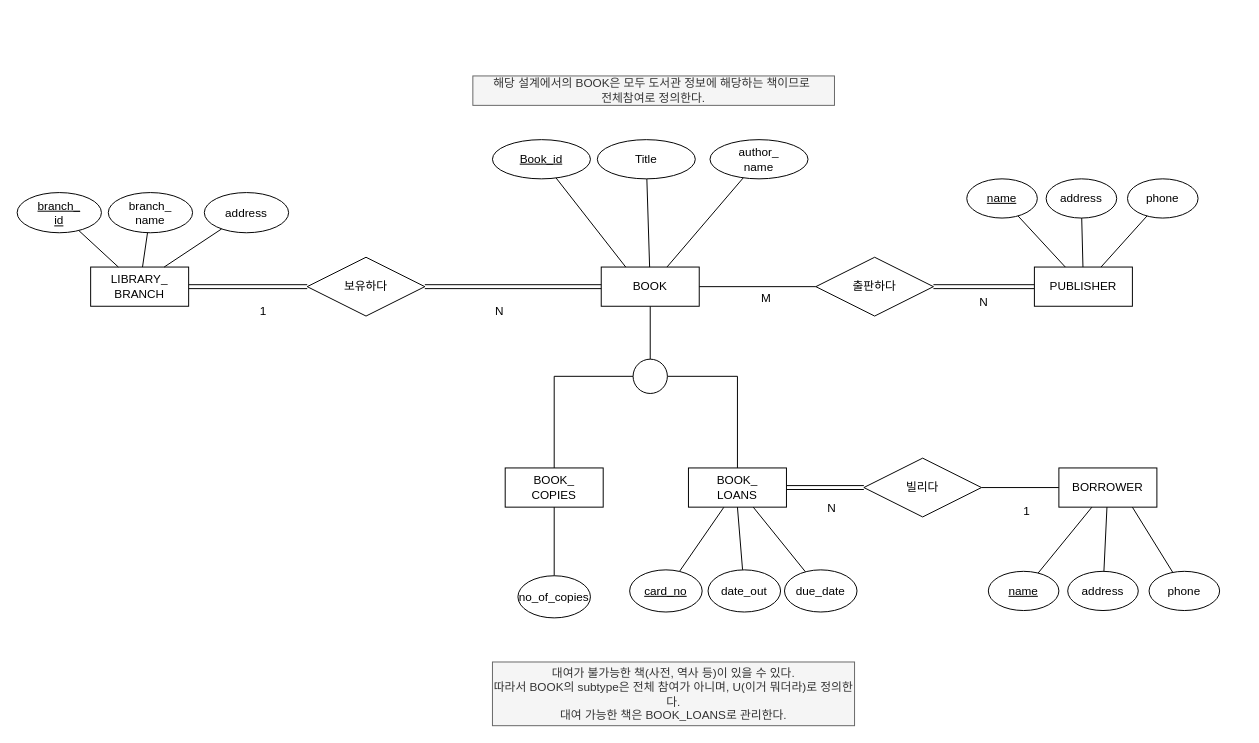
Earlier version of the draw.io diagram DBStudio/DBStudio_Ass9_rdbToEr.drawio (cobinding/draw.io_collection). Source tidied: cells renumbered, new cells numbered last; positions are measured from the earlier drawing's top-left corner, leaving out a move shared by most shapes. Both pictures are drawn from the tidied source at 98%, with x=0, y=0 at pixel (17, 75).
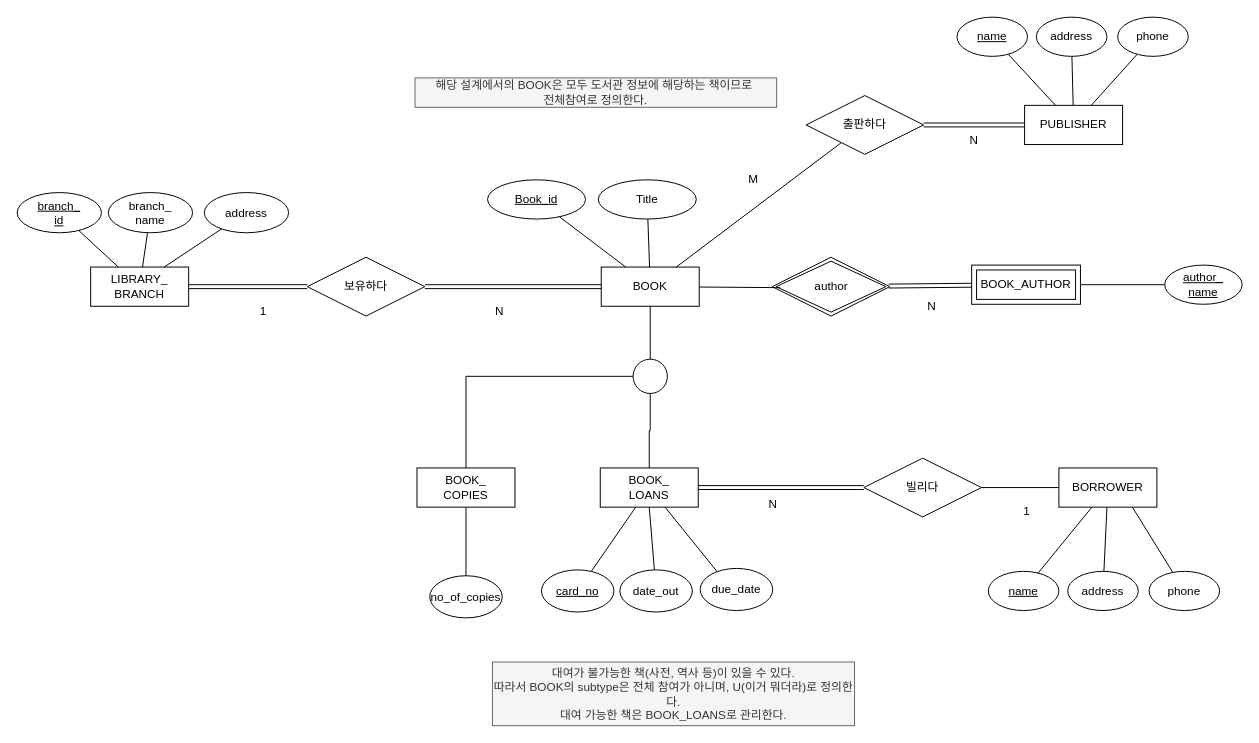
Above is the later version.

Unchanged cells that the change refers to:
```xml
<mxCell id="3" value="BOOK" style="whiteSpace=wrap;html=1;align=center;" parent="1" vertex="1">
  <mxGeometry x="596" y="195" width="100" height="40" as="geometry" />
</mxCell>
<mxCell id="36" value="빌리다" style="shape=rhombus;perimeter=rhombusPerimeter;whiteSpace=wrap;html=1;align=center;" parent="1" vertex="1">
  <mxGeometry x="864" y="390" width="120" height="60" as="geometry" />
</mxCell>
```

Diff of the diagram source:
```diff
@@
     <mxCell id="4" value="BOOK_&lt;div&gt;COPIES&lt;/div&gt;" style="whiteSpace=wrap;html=1;align=center;" parent="1" vertex="1">
-      <mxGeometry x="498" y="400" width="100" height="40" as="geometry" />
+      <mxGeometry x="408" y="400" width="100" height="40" as="geometry" />
     </mxCell>
-    <mxCell id="5" style="edgeStyle=orthogonalEdgeStyle;rounded=0;jettySize=auto;html=1;entryX=0;entryY=0.5;entryDx=0;entryDy=0;endArrow=none;endFill=0;shape=link;" parent="1" edge="1" source="7" target="36">
+    <mxCell id="5" style="rounded=0;jettySize=auto;html=1;entryX=0;entryY=0.5;entryDx=0;entryDy=0;endArrow=none;endFill=0;shape=link;" parent="1" edge="1" source="7" target="36">
       <mxGeometry relative="1" as="geometry" />
     </mxCell>
@@
     <mxCell id="7" value="BOOK_&lt;div&gt;LOANS&lt;/div&gt;" style="whiteSpace=wrap;html=1;align=center;" parent="1" vertex="1">
-      <mxGeometry x="685" y="400" width="100" height="40" as="geometry" />
+      <mxGeometry x="595" y="400" width="100" height="40" as="geometry" />
     </mxCell>
     <mxCell id="8" value="&lt;u&gt;Book_id&lt;/u&gt;" style="ellipse;whiteSpace=wrap;html=1;align=center;" parent="1" vertex="1">
-      <mxGeometry x="485" y="65" width="100" height="40" as="geometry" />
+      <mxGeometry x="480" y="106" width="100" height="40" as="geometry" />
     </mxCell>
@@
     <mxCell id="10" value="Title" style="ellipse;whiteSpace=wrap;html=1;align=center;" parent="1" vertex="1">
-      <mxGeometry x="592" y="65" width="100" height="40" as="geometry" />
+      <mxGeometry x="593" y="106" width="100" height="40" as="geometry" />
     </mxCell>
@@
     <mxCell id="23" value="PUBLISHER" style="whiteSpace=wrap;html=1;align=center;" parent="1" vertex="1">
-      <mxGeometry x="1038" y="195" width="100" height="40" as="geometry" />
+      <mxGeometry x="1028" y="30" width="100" height="40" as="geometry" />
     </mxCell>
@@
     <mxCell id="25" value="출판하다" style="shape=rhombus;perimeter=rhombusPerimeter;whiteSpace=wrap;html=1;align=center;" parent="1" vertex="1">
-      <mxGeometry x="815" y="185" width="120" height="60" as="geometry" />
+      <mxGeometry x="805" y="20" width="120" height="60" as="geometry" />
     </mxCell>
-    <mxCell id="26" style="rounded=0;jettySize=auto;html=1;endArrow=none;endFill=0;" parent="1" edge="1" source="27" target="3">
-      <mxGeometry relative="1" as="geometry" />
-    </mxCell>
-    <mxCell id="27" value="author_&lt;div&gt;name&lt;/div&gt;" style="ellipse;whiteSpace=wrap;html=1;align=center;" parent="1" vertex="1">
-      <mxGeometry x="707" y="65" width="100" height="40" as="geometry" />
-    </mxCell>
@@
     <mxCell id="29" value="&lt;u&gt;name&lt;/u&gt;" style="ellipse;whiteSpace=wrap;html=1;align=center;" parent="1" vertex="1">
-      <mxGeometry x="969" y="105" width="72" height="40" as="geometry" />
+      <mxGeometry x="959" y="-60" width="72" height="40" as="geometry" />
     </mxCell>
@@
     <mxCell id="31" value="address" style="ellipse;whiteSpace=wrap;html=1;align=center;" parent="1" vertex="1">
-      <mxGeometry x="1050" y="105" width="72" height="40" as="geometry" />
+      <mxGeometry x="1040" y="-60" width="72" height="40" as="geometry" />
     </mxCell>
@@
     <mxCell id="33" value="phone" style="ellipse;whiteSpace=wrap;html=1;align=center;" parent="1" vertex="1">
-      <mxGeometry x="1133" y="105" width="72" height="40" as="geometry" />
+      <mxGeometry x="1123" y="-60" width="72" height="40" as="geometry" />
     </mxCell>
     <mxCell id="34" value="&lt;u&gt;card_no&lt;/u&gt;" style="ellipse;whiteSpace=wrap;html=1;align=center;" parent="1" vertex="1">
-      <mxGeometry x="625" y="504" width="74" height="43" as="geometry" />
+      <mxGeometry x="535" y="504" width="74" height="43" as="geometry" />
     </mxCell>
@@
     <mxCell id="42" value="date_out" style="ellipse;whiteSpace=wrap;html=1;align=center;" parent="1" vertex="1">
-      <mxGeometry x="705" y="504" width="74" height="43" as="geometry" />
+      <mxGeometry x="615" y="504" width="74" height="43" as="geometry" />
     </mxCell>
-    <mxCell id="43" style="rounded=0;jettySize=auto;html=1;endArrow=none;endFill=0;" parent="1" edge="1" source="44" target="7">
-      <mxGeometry relative="1" as="geometry" />
+    <mxCell id="43" style="rounded=0;jettySize=auto;html=1;endArrow=none;endFill=0;" parent="1" edge="1" target="7">
+      <mxGeometry relative="1" as="geometry">
+        <mxPoint x="714.4" y="506" as="sourcePoint" />
+      </mxGeometry>
     </mxCell>
     <mxCell id="44" value="due_date" style="ellipse;whiteSpace=wrap;html=1;align=center;" parent="1" vertex="1">
-      <mxGeometry x="783" y="504" width="74" height="43" as="geometry" />
+      <mxGeometry x="697" y="502.5" width="74" height="43" as="geometry" />
     </mxCell>
@@
     <mxCell id="46" value="no_of_copies" style="ellipse;whiteSpace=wrap;html=1;align=center;" parent="1" vertex="1">
-      <mxGeometry x="511" y="510" width="74" height="43" as="geometry" />
+      <mxGeometry x="421" y="510" width="74" height="43" as="geometry" />
     </mxCell>
@@
     <mxCell id="53" value="해당 설계에서의 BOOK은 모두 도서관 정보에 해당하는 책이므로&amp;nbsp;&lt;div&gt;전체참여로 정의한다.&lt;/div&gt;" style="text;html=1;align=center;verticalAlign=middle;whiteSpace=wrap;rounded=0;fillColor=#f5f5f5;fontColor=#333333;strokeColor=#666666;" parent="1" vertex="1">
-      <mxGeometry x="465" width="369" height="30" as="geometry" />
+      <mxGeometry x="406" y="2" width="369" height="30" as="geometry" />
     </mxCell>
@@
     <mxCell id="55" value="N" style="text;html=1;align=center;verticalAlign=middle;strokeColor=none;fillColor=none;" parent="1" vertex="1">
-      <mxGeometry x="817" y="428" width="27" height="26" as="geometry" />
+      <mxGeometry x="757" y="424" width="27" height="26" as="geometry" />
     </mxCell>
@@
     <mxCell id="57" value="N" style="text;html=1;align=center;verticalAlign=middle;strokeColor=none;fillColor=none;" parent="1" vertex="1">
-      <mxGeometry x="972" y="218" width="27" height="26" as="geometry" />
+      <mxGeometry x="962" y="53" width="27" height="26" as="geometry" />
     </mxCell>
     <mxCell id="58" value="M" style="text;html=1;align=center;verticalAlign=middle;strokeColor=none;fillColor=none;" parent="1" vertex="1">
-      <mxGeometry x="750" y="214" width="28" height="26" as="geometry" />
+      <mxGeometry x="737" y="93" width="28" height="26" as="geometry" />
     </mxCell>
@@
+    <mxCell id="61" style="rounded=0;jettySize=auto;html=1;endArrow=none;endFill=0;" parent="1" edge="1" source="62" target="27">
+      <mxGeometry relative="1" as="geometry" />
+    </mxCell>
+    <mxCell id="62" value="BOOK_AUTHOR" style="shape=ext;margin=3;double=1;whiteSpace=wrap;html=1;align=center;" parent="1" vertex="1">
+      <mxGeometry x="974" y="193" width="111" height="40" as="geometry" />
+    </mxCell>
+    <mxCell id="63" style="rounded=0;jettySize=auto;html=1;endArrow=none;endFill=0;shape=link;" parent="1" edge="1" source="64" target="62">
+      <mxGeometry relative="1" as="geometry" />
+    </mxCell>
+    <mxCell id="64" value="author" style="shape=rhombus;double=1;perimeter=rhombusPerimeter;whiteSpace=wrap;html=1;align=center;" parent="1" vertex="1">
+      <mxGeometry x="770.5" y="185" width="120" height="60" as="geometry" />
+    </mxCell>
+    <mxCell id="65" style="rounded=0;jettySize=auto;html=1;entryX=0.067;entryY=0.517;entryDx=0;entryDy=0;entryPerimeter=0;endArrow=none;endFill=0;" parent="1" edge="1" source="3" target="64">
+      <mxGeometry relative="1" as="geometry" />
+    </mxCell>
+    <mxCell id="66" value="N" style="text;html=1;align=center;verticalAlign=middle;strokeColor=none;fillColor=none;" parent="1" vertex="1">
+      <mxGeometry x="919" y="222" width="27" height="26" as="geometry" />
+    </mxCell>
+    <mxCell id="27" value="&lt;u&gt;author_&lt;/u&gt;&lt;div&gt;&lt;u&gt;name&lt;/u&gt;&lt;/div&gt;" style="ellipse;whiteSpace=wrap;html=1;align=center;" parent="1" vertex="1">
+      <mxGeometry x="1171" y="193" width="79" height="40" as="geometry" />
+    </mxCell>
```
